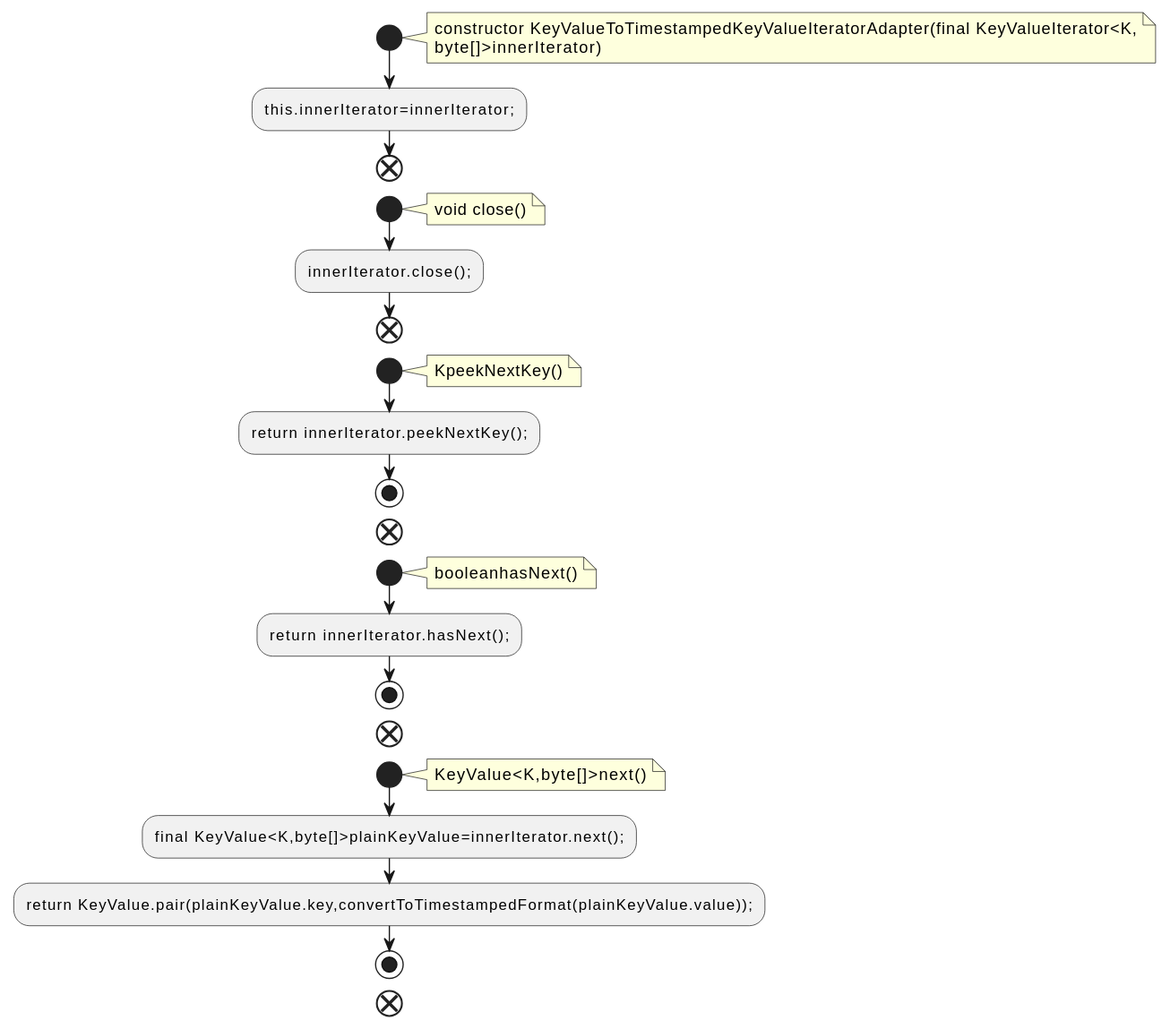
Earlier version of the PlantUML export docs/qc/streams/src/main/java/org/apache/kafka/streams/state/internals/KeyValueToTimestampedKeyValueIteratorAdapter.java.fct.svg (qualitesys/kafka).
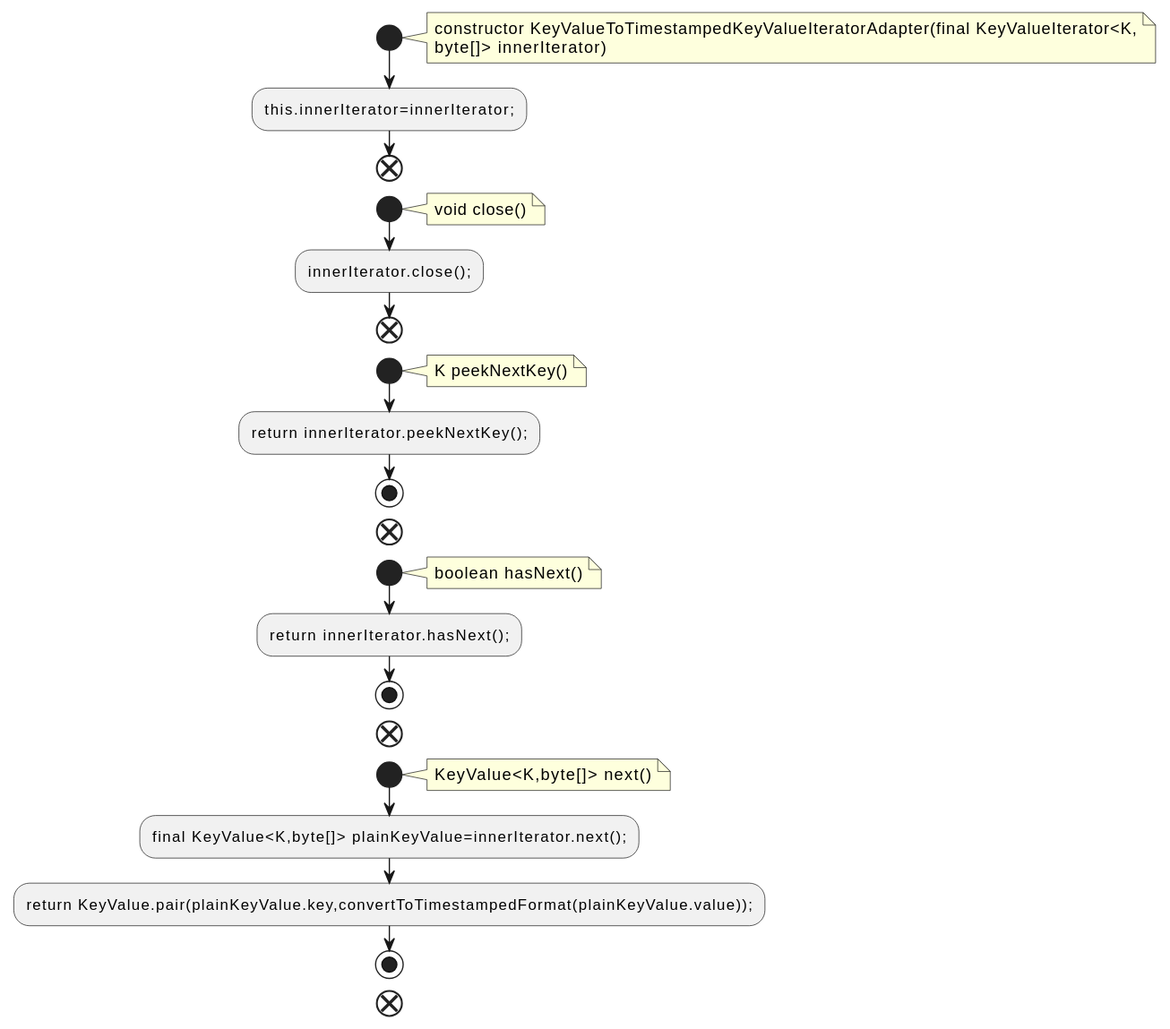
Above is the later version.

What changed in the source:
```diff
@@ -3,7 +3,7 @@
 start
 note right
 constructor KeyValueToTimestampedKeyValueIteratorAdapter(final KeyValueIterator<K,
-byte[]>innerIterator)
+byte[]> innerIterator)
 end note
 :this.innerIterator=innerIterator;;
 end
@@ -15,23 +15,23 @@
 end
 start
 note right
-KpeekNextKey()
+K peekNextKey()
 end note
 :return innerIterator.peekNextKey();;
 stop
 end
 start
 note right
-booleanhasNext()
+boolean hasNext()
 end note
 :return innerIterator.hasNext();;
 stop
 end
 start
 note right
-KeyValue<K,byte[]>next()
+KeyValue<K,byte[]> next()
 end note
-:final KeyValue<K,byte[]>plainKeyValue=innerIterator.next();;
+:final KeyValue<K,byte[]> plainKeyValue=innerIterator.next();;
 :return KeyValue.pair(plainKeyValue.key,convertToTimestampedFormat(plainKeyValue.value));;
 stop
 end
```
